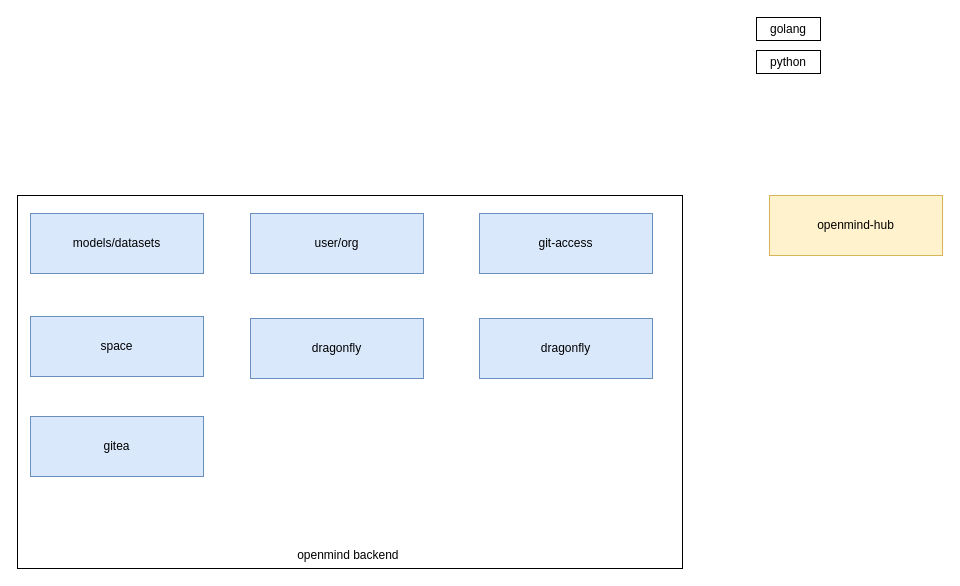
Earlier version of the draw.io diagram openmind-hub.drawio (pkking/mydrawio). Source tidied: cells renumbered, new cells numbered last; positions are measured from the earlier drawing's top-left corner, leaving out a move shared by most shapes. Both pictures are drawn from the tidied source at 100%, with x=0, y=0 at pixel (17, 17).
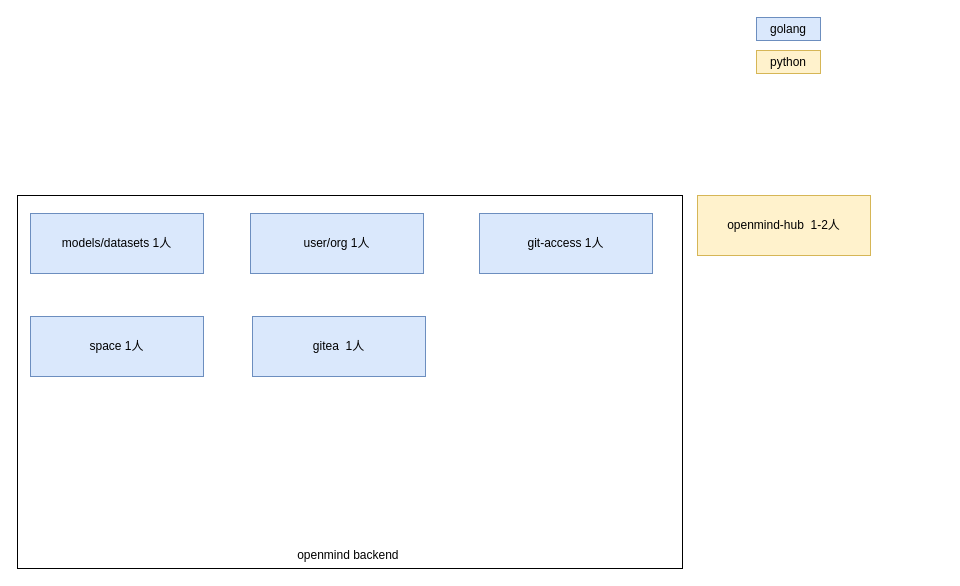
Above is the later version.

Diff of the diagram source:
```diff
@@
 <mxGraphModel>
   <root>
     <mxCell id="0" />
     <mxCell id="1" parent="0" />
     <mxCell id="2" value="&lt;div&gt;&lt;br&gt;&lt;/div&gt;&lt;div&gt;&lt;br&gt;&lt;/div&gt;&lt;div&gt;&lt;br&gt;&lt;/div&gt;&lt;div&gt;&lt;br&gt;&lt;/div&gt;&lt;div&gt;&lt;br&gt;&lt;/div&gt;&lt;div&gt;&lt;br&gt;&lt;/div&gt;&lt;div&gt;&lt;br&gt;&lt;/div&gt;&lt;div&gt;&lt;br&gt;&lt;/div&gt;&lt;div&gt;&lt;br&gt;&lt;/div&gt;&lt;div&gt;&lt;br&gt;&lt;/div&gt;&lt;div&gt;&lt;br&gt;&lt;/div&gt;&lt;div&gt;&lt;br&gt;&lt;/div&gt;&lt;div&gt;&lt;br&gt;&lt;/div&gt;&lt;div&gt;&lt;br&gt;&lt;/div&gt;&lt;div&gt;&lt;br&gt;&lt;/div&gt;&lt;div&gt;&lt;br&gt;&lt;/div&gt;&lt;div&gt;&lt;br&gt;&lt;/div&gt;&lt;div&gt;&lt;br&gt;&lt;/div&gt;&lt;div&gt;&lt;br&gt;&lt;/div&gt;&lt;div&gt;&lt;br&gt;&lt;/div&gt;&lt;div&gt;&lt;br&gt;&lt;/div&gt;&lt;div&gt;&lt;br&gt;&lt;/div&gt;&lt;div&gt;&lt;br&gt;&lt;/div&gt;&lt;div&gt;&lt;br&gt;&lt;/div&gt;openmind backend&amp;nbsp;" style="rounded=0;whiteSpace=wrap;html=1;" parent="1" vertex="1">
       <mxGeometry y="178" width="665" height="373" as="geometry" />
     </mxCell>
-    <mxCell id="3" value="models/datasets" style="rounded=0;whiteSpace=wrap;html=1;fillColor=#dae8fc;strokeColor=#6c8ebf;" parent="1" vertex="1">
+    <mxCell id="3" value="models/datasets 1人" style="rounded=0;whiteSpace=wrap;html=1;fillColor=#dae8fc;strokeColor=#6c8ebf;" parent="1" vertex="1">
       <mxGeometry x="13" y="196" width="173" height="60" as="geometry" />
     </mxCell>
-    <mxCell id="4" value="user/org" style="rounded=0;whiteSpace=wrap;html=1;fillColor=#dae8fc;strokeColor=#6c8ebf;" parent="1" vertex="1">
+    <mxCell id="4" value="user/org&amp;nbsp;1人" style="rounded=0;whiteSpace=wrap;html=1;fillColor=#dae8fc;strokeColor=#6c8ebf;" parent="1" vertex="1">
       <mxGeometry x="233" y="196" width="173" height="60" as="geometry" />
     </mxCell>
-    <mxCell id="5" value="git-access" style="rounded=0;whiteSpace=wrap;html=1;fillColor=#dae8fc;strokeColor=#6c8ebf;" parent="1" vertex="1">
+    <mxCell id="5" value="git-access&amp;nbsp;1人" style="rounded=0;whiteSpace=wrap;html=1;fillColor=#dae8fc;strokeColor=#6c8ebf;" parent="1" vertex="1">
       <mxGeometry x="462" y="196" width="173" height="60" as="geometry" />
     </mxCell>
-    <mxCell id="6" value="dragonfly" style="rounded=0;whiteSpace=wrap;html=1;fillColor=#dae8fc;strokeColor=#6c8ebf;" parent="1" vertex="1">
-      <mxGeometry x="462" y="301" width="173" height="60" as="geometry" />
-    </mxCell>
-    <mxCell id="7" value="dragonfly" style="rounded=0;whiteSpace=wrap;html=1;fillColor=#dae8fc;strokeColor=#6c8ebf;" parent="1" vertex="1">
-      <mxGeometry x="233" y="301" width="173" height="60" as="geometry" />
-    </mxCell>
-    <mxCell id="8" value="space" style="rounded=0;whiteSpace=wrap;html=1;fillColor=#dae8fc;strokeColor=#6c8ebf;" parent="1" vertex="1">
+    <mxCell id="8" value="space&amp;nbsp;1人" style="rounded=0;whiteSpace=wrap;html=1;fillColor=#dae8fc;strokeColor=#6c8ebf;" parent="1" vertex="1">
       <mxGeometry x="13" y="299" width="173" height="60" as="geometry" />
     </mxCell>
-    <mxCell id="9" value="gitea" style="rounded=0;whiteSpace=wrap;html=1;fillColor=#dae8fc;strokeColor=#6c8ebf;" parent="1" vertex="1">
-      <mxGeometry x="13" y="399" width="173" height="60" as="geometry" />
+    <mxCell id="9" value="gitea&amp;nbsp;&amp;nbsp;1人" style="rounded=0;whiteSpace=wrap;html=1;fillColor=#dae8fc;strokeColor=#6c8ebf;" parent="1" vertex="1">
+      <mxGeometry x="235" y="299" width="173" height="60" as="geometry" />
     </mxCell>
-    <mxCell id="10" value="openmind-hub" style="rounded=0;whiteSpace=wrap;html=1;fillColor=#fff2cc;strokeColor=#d6b656;" parent="1" vertex="1">
-      <mxGeometry x="752" y="178" width="173" height="60" as="geometry" />
+    <mxCell id="10" value="openmind-hub&amp;nbsp; 1-2人" style="rounded=0;whiteSpace=wrap;html=1;fillColor=#fff2cc;strokeColor=#d6b656;" parent="1" vertex="1">
+      <mxGeometry x="680" y="178" width="173" height="60" as="geometry" />
     </mxCell>
-    <mxCell id="11" value="python" style="rounded=0;whiteSpace=wrap;html=1;" parent="1" vertex="1">
+    <mxCell id="11" value="python" style="rounded=0;whiteSpace=wrap;html=1;fillColor=#fff2cc;strokeColor=#d6b656;" parent="1" vertex="1">
       <mxGeometry x="739" y="33" width="64" height="23" as="geometry" />
     </mxCell>
-    <mxCell id="12" value="golang" style="rounded=0;whiteSpace=wrap;html=1;" parent="1" vertex="1">
+    <mxCell id="12" value="golang" style="rounded=0;whiteSpace=wrap;html=1;fillColor=#dae8fc;strokeColor=#6c8ebf;" parent="1" vertex="1">
       <mxGeometry x="739" width="64" height="23" as="geometry" />
     </mxCell>
   </root>
 </mxGraphModel>
```
